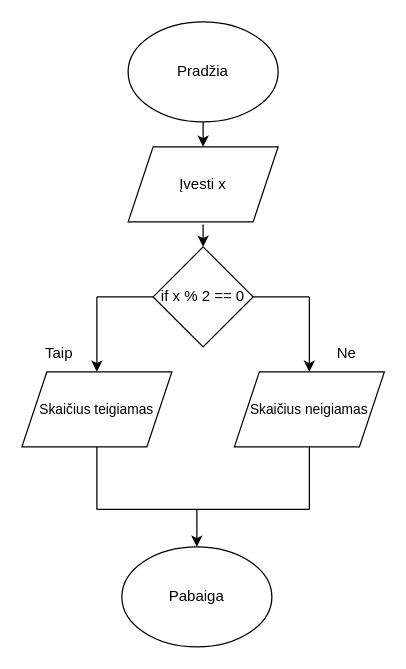
Earlier version of the draw.io diagram LyginisNelyginis.drawio (trakelis/strukturinis-programavimas). Source tidied: cells renumbered, new cells numbered last; positions are measured from the earlier drawing's top-left corner, leaving out a move shared by most shapes. Both pictures are drawn from the tidied source at 125%, with x=0, y=0 at pixel (21, 21).
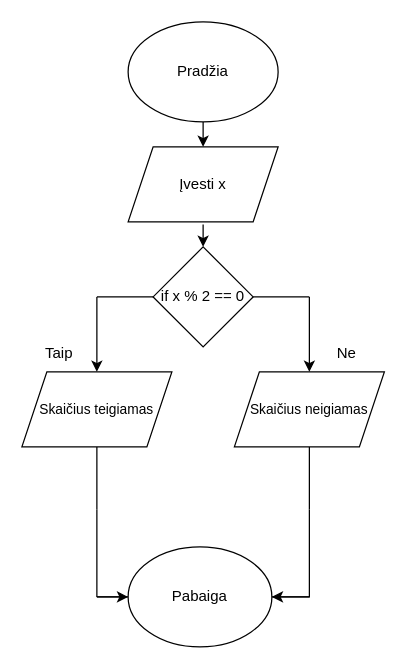
The same page after the edit.

Diff of the diagram source:
```diff
@@
-    <mxCell id="15" style="endArrow=none;html=1;rounded=0;" parent="1" edge="1">
+    <mxCell id="15" style="endArrow=none;html=1;rounded=0;" parent="1" edge="1" source="17">
       <mxGeometry relative="1" as="geometry">
-        <mxPoint x="60" y="390" as="sourcePoint" />
         <mxPoint x="230" y="390" as="targetPoint" />
+        <Array as="points">
+          <mxPoint x="60" y="460" />
+          <mxPoint x="230" y="460" />
+        </Array>
       </mxGeometry>
     </mxCell>
-    <mxCell id="16" style="endArrow=classic;html=1;rounded=0;" parent="1" edge="1" target="17">
+    <mxCell id="16" style="endArrow=classic;html=1;rounded=0;entryX=0;entryY=0.5;entryDx=0;entryDy=0;" parent="1" edge="1" target="17">
       <mxGeometry relative="1" as="geometry">
-        <mxPoint x="140" y="390" as="sourcePoint" />
+        <mxPoint x="60" y="460" as="sourcePoint" />
       </mxGeometry>
     </mxCell>
-    <mxCell id="17" value="Pabaiga" style="ellipse;whiteSpace=wrap;html=1;" parent="1" vertex="1">
-      <mxGeometry x="80" y="420" width="120" height="80" as="geometry" />
-    </mxCell>
@@
+    <mxCell id="20" style="endArrow=classic;html=1;rounded=0;" parent="1" edge="1">
+      <mxGeometry relative="1" as="geometry">
+        <mxPoint x="230" y="460" as="sourcePoint" />
+        <mxPoint x="200" y="460" as="targetPoint" />
+      </mxGeometry>
+    </mxCell>
+    <mxCell id="21" style="endArrow=none;html=1;rounded=0;" parent="1" edge="1">
+      <mxGeometry relative="1" as="geometry">
+        <mxPoint x="60" y="390" as="sourcePoint" />
+        <mxPoint x="60" y="460" as="targetPoint" />
+      </mxGeometry>
+    </mxCell>
+    <mxCell id="17" value="Pabaiga" style="ellipse;whiteSpace=wrap;html=1;" parent="1" vertex="1">
+      <mxGeometry x="85" y="420" width="115" height="80" as="geometry" />
+    </mxCell>
```
